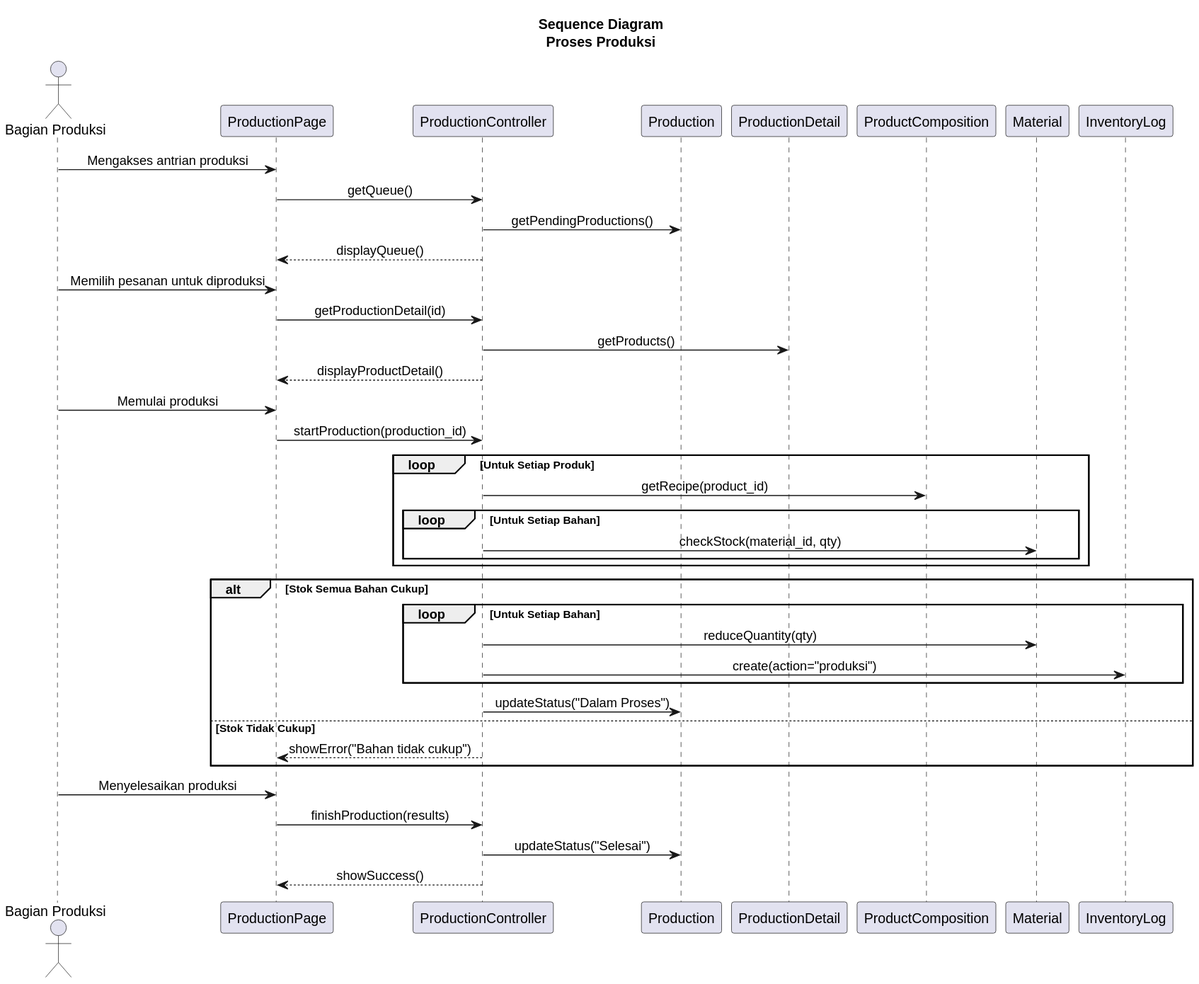
Before: docs/diagrams/svg/sequence/sequence-inc-1-produksi.svg, a diagram exported from PlantUML (pawon3d/pawon3d).
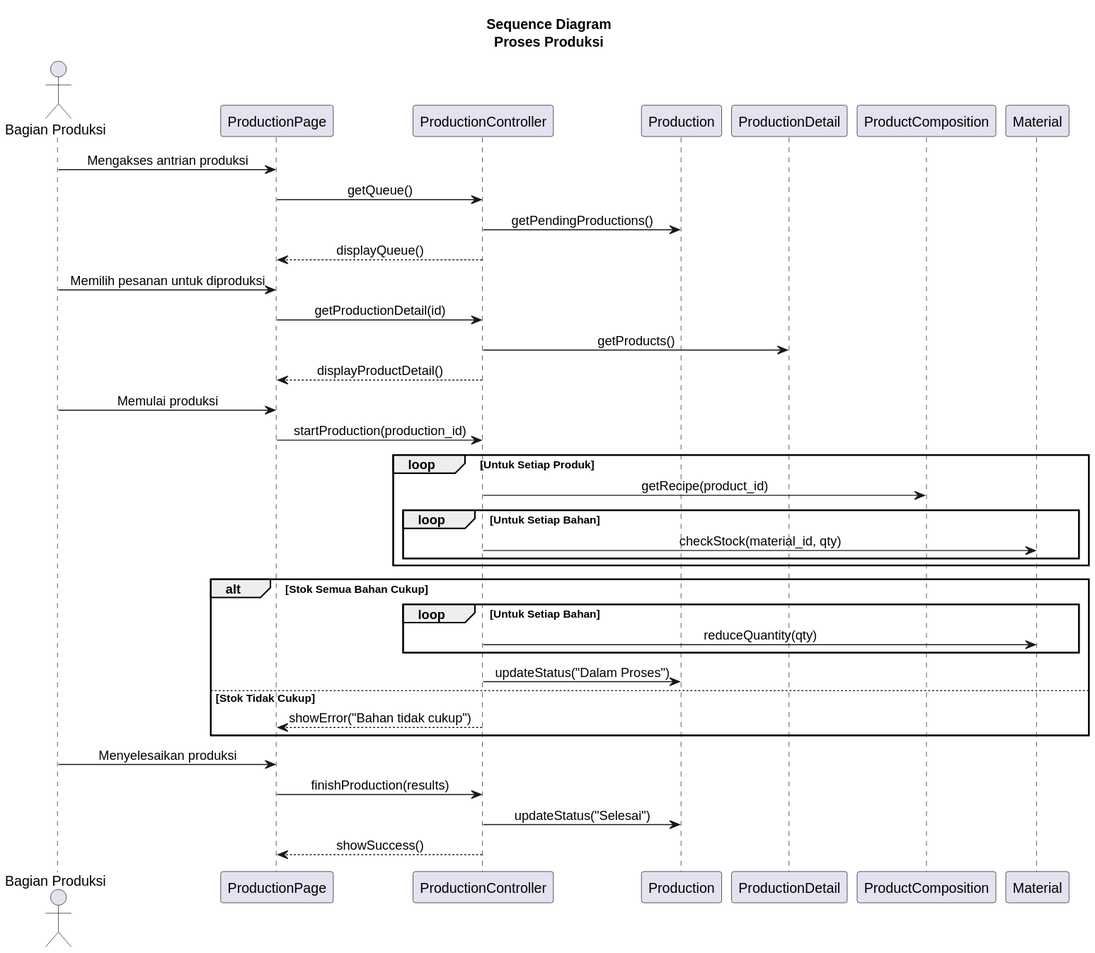
After the change.

The edit, as a diff of the source:
```diff
@@ -10,7 +10,6 @@
 participant "ProductionDetail" as PD
 participant "ProductComposition" as PCM
 participant "Material" as MM
-participant "InventoryLog" as IL
 
 Prod -> PP : Mengakses antrian produksi
 PP -> PC : getQueue()
@@ -35,7 +34,6 @@
 alt Stok Semua Bahan Cukup
     loop Untuk Setiap Bahan
         PC -> MM : reduceQuantity(qty)
-        PC -> IL : create(action="produksi")
     end
     PC -> PR : updateStatus("Dalam Proses")
 else Stok Tidak Cukup
```
